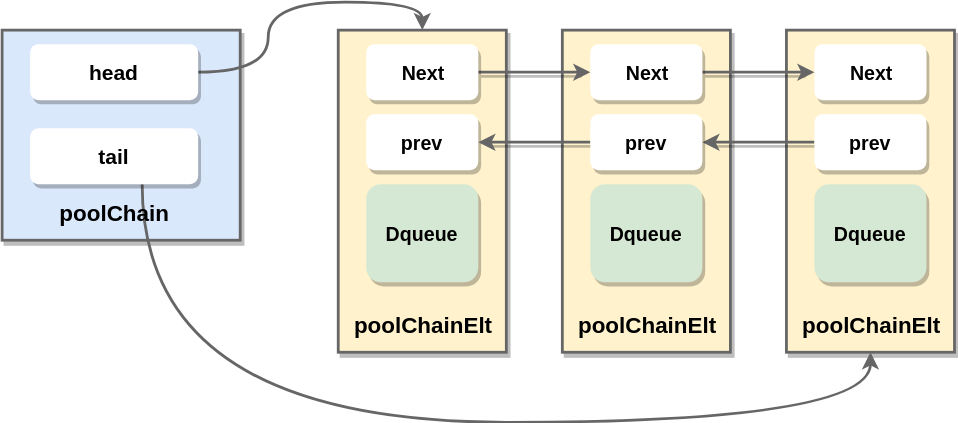
Above: golang/assets/poolchain.drawio.svg in pycer/note (draw.io), before the change. Source tidied: cells renumbered, new cells last; positions are measured from the earlier drawing's top-left corner, leaving out a move shared by most shapes. The source it was exported from:
```xml
<mxGraphModel>
  <root>
    <mxCell id="0" />
    <mxCell id="1" parent="0" />
    <mxCell id="2" style="rounded=0;whiteSpace=wrap;html=1;strokeColor=#666666;fillColor=#dae8fc;strokeWidth=2;shadow=1;" parent="1" vertex="1">
      <mxGeometry width="170" height="150" as="geometry" />
    </mxCell>
    <mxCell id="3" style="rounded=0;whiteSpace=wrap;html=1;strokeColor=#666666;fillColor=#fff2cc;shadow=1;strokeWidth=2;" parent="1" vertex="1">
      <mxGeometry x="560" width="120" height="230" as="geometry" />
    </mxCell>
    <mxCell id="4" style="rounded=0;whiteSpace=wrap;html=1;strokeColor=#666666;fillColor=#fff2cc;shadow=1;strokeWidth=2;" parent="1" vertex="1">
      <mxGeometry x="400" width="120" height="230" as="geometry" />
    </mxCell>
    <mxCell id="5" style="rounded=0;whiteSpace=wrap;html=1;strokeColor=#666666;fillColor=#fff2cc;shadow=1;strokeWidth=2;" parent="1" vertex="1">
      <mxGeometry x="240" width="120" height="230" as="geometry" />
    </mxCell>
    <mxCell id="6" style="edgeStyle=orthogonalEdgeStyle;curved=1;rounded=0;jettySize=auto;html=1;entryX=0.5;entryY=0;entryDx=0;entryDy=0;shadow=0;strokeWidth=2;strokeColor=#666666;" parent="1" edge="1" source="7" target="5">
      <mxGeometry relative="1" as="geometry" />
    </mxCell>
    <mxCell id="7" value="&lt;b&gt;&lt;font style=&quot;font-size: 15px&quot;&gt;head&lt;/font&gt;&lt;/b&gt;" style="rounded=1;whiteSpace=wrap;html=1;strokeColor=none;shadow=1;" parent="1" vertex="1">
      <mxGeometry x="20" y="10" width="120" height="40" as="geometry" />
    </mxCell>
    <mxCell id="8" style="edgeStyle=orthogonalEdgeStyle;curved=1;rounded=0;jettySize=auto;html=1;entryX=0.5;entryY=1;entryDx=0;entryDy=0;shadow=0;strokeWidth=2;strokeColor=#666666;" parent="1" edge="1" source="9" target="3">
      <mxGeometry relative="1" as="geometry">
        <Array as="points">
          <mxPoint x="100" y="280" />
          <mxPoint x="620" y="280" />
        </Array>
      </mxGeometry>
    </mxCell>
    <mxCell id="9" value="&lt;font style=&quot;font-size: 15px&quot;&gt;&lt;b&gt;tail&lt;/b&gt;&lt;/font&gt;" style="rounded=1;whiteSpace=wrap;html=1;strokeColor=none;shadow=1;" parent="1" vertex="1">
      <mxGeometry x="20" y="70" width="120" height="40" as="geometry" />
    </mxCell>
    <mxCell id="10" style="edgeStyle=orthogonalEdgeStyle;rounded=0;jettySize=auto;html=1;shadow=1;strokeWidth=2;strokeColor=#666666;" parent="1" edge="1" source="11" target="19">
      <mxGeometry relative="1" as="geometry" />
    </mxCell>
    <mxCell id="11" value="&lt;span style=&quot;font-size: 14px&quot;&gt;&lt;b&gt;Next&lt;/b&gt;&lt;/span&gt;" style="rounded=1;whiteSpace=wrap;html=1;strokeColor=none;shadow=1;" parent="1" vertex="1">
      <mxGeometry x="260" y="10" width="80" height="40" as="geometry" />
    </mxCell>
    <mxCell id="12" value="&lt;b&gt;&lt;font style=&quot;font-size: 14px&quot;&gt;prev&lt;/font&gt;&lt;/b&gt;" style="rounded=1;whiteSpace=wrap;html=1;strokeColor=none;shadow=1;" parent="1" vertex="1">
      <mxGeometry x="260" y="60" width="80" height="40" as="geometry" />
    </mxCell>
    <mxCell id="13" value="&lt;b&gt;&lt;font style=&quot;font-size: 14px&quot;&gt;Dqueue&lt;/font&gt;&lt;/b&gt;" style="rounded=1;whiteSpace=wrap;html=1;fillColor=#d5e8d4;strokeColor=none;shadow=1;" parent="1" vertex="1">
      <mxGeometry x="260" y="110" width="80" height="70" as="geometry" />
    </mxCell>
    <mxCell id="14" value="&lt;span style=&quot;font-size: 14px&quot;&gt;&lt;b&gt;Next&lt;/b&gt;&lt;/span&gt;" style="rounded=1;whiteSpace=wrap;html=1;strokeColor=none;shadow=1;" parent="1" vertex="1">
      <mxGeometry x="580" y="10" width="80" height="40" as="geometry" />
    </mxCell>
    <mxCell id="15" style="edgeStyle=orthogonalEdgeStyle;rounded=0;jettySize=auto;html=1;shadow=1;strokeWidth=2;strokeColor=#666666;" parent="1" edge="1" source="16" target="21">
      <mxGeometry relative="1" as="geometry" />
    </mxCell>
    <mxCell id="16" value="&lt;b&gt;&lt;font style=&quot;font-size: 14px&quot;&gt;prev&lt;/font&gt;&lt;/b&gt;" style="rounded=1;whiteSpace=wrap;html=1;strokeColor=none;shadow=1;" parent="1" vertex="1">
      <mxGeometry x="580" y="60" width="80" height="40" as="geometry" />
    </mxCell>
    <mxCell id="17" value="&lt;b&gt;&lt;font style=&quot;font-size: 14px&quot;&gt;Dqueue&lt;/font&gt;&lt;/b&gt;" style="rounded=1;whiteSpace=wrap;html=1;direction=west;fillColor=#d5e8d4;strokeColor=none;shadow=1;" parent="1" vertex="1">
      <mxGeometry x="580" y="110" width="80" height="70" as="geometry" />
    </mxCell>
    <mxCell id="18" style="edgeStyle=orthogonalEdgeStyle;rounded=0;jettySize=auto;html=1;shadow=1;strokeWidth=2;strokeColor=#666666;" parent="1" edge="1" source="19" target="14">
      <mxGeometry relative="1" as="geometry" />
    </mxCell>
    <mxCell id="19" value="&lt;span style=&quot;font-size: 14px&quot;&gt;&lt;b&gt;Next&lt;/b&gt;&lt;/span&gt;" style="rounded=1;whiteSpace=wrap;html=1;strokeColor=none;shadow=1;" parent="1" vertex="1">
      <mxGeometry x="420" y="10" width="80" height="40" as="geometry" />
    </mxCell>
    <mxCell id="20" style="edgeStyle=orthogonalEdgeStyle;rounded=0;jettySize=auto;html=1;shadow=1;strokeWidth=2;strokeColor=#666666;" parent="1" edge="1" source="21" target="12">
      <mxGeometry relative="1" as="geometry" />
    </mxCell>
    <mxCell id="21" value="&lt;b&gt;&lt;font style=&quot;font-size: 14px&quot;&gt;prev&lt;/font&gt;&lt;/b&gt;" style="rounded=1;whiteSpace=wrap;html=1;strokeColor=none;shadow=1;" parent="1" vertex="1">
      <mxGeometry x="420" y="60" width="80" height="40" as="geometry" />
    </mxCell>
    <mxCell id="22" value="&lt;b&gt;&lt;font style=&quot;font-size: 14px&quot;&gt;Dqueue&lt;/font&gt;&lt;/b&gt;" style="rounded=1;whiteSpace=wrap;html=1;fillColor=#d5e8d4;strokeColor=none;shadow=1;" parent="1" vertex="1">
      <mxGeometry x="420" y="110" width="80" height="70" as="geometry" />
    </mxCell>
    <mxCell id="23" value="&lt;b&gt;&lt;font style=&quot;font-size: 16px&quot;&gt;poolChain&lt;/font&gt;&lt;/b&gt;" style="text;html=1;strokeColor=none;fillColor=none;align=center;verticalAlign=middle;whiteSpace=wrap;rounded=0;shadow=1;" parent="1" vertex="1">
      <mxGeometry x="60" y="120" width="40" height="20" as="geometry" />
    </mxCell>
    <mxCell id="24" value="&lt;b&gt;&lt;font style=&quot;font-size: 16px&quot;&gt;poolChainElt&lt;/font&gt;&lt;/b&gt;" style="text;html=1;strokeColor=none;fillColor=none;align=center;verticalAlign=middle;whiteSpace=wrap;rounded=0;shadow=1;" parent="1" vertex="1">
      <mxGeometry x="280" y="200" width="40" height="20" as="geometry" />
    </mxCell>
    <mxCell id="25" value="&lt;b&gt;&lt;font style=&quot;font-size: 16px&quot;&gt;poolChainElt&lt;/font&gt;&lt;/b&gt;" style="text;html=1;strokeColor=none;fillColor=none;align=center;verticalAlign=middle;whiteSpace=wrap;rounded=0;shadow=1;" parent="1" vertex="1">
      <mxGeometry x="600" y="200" width="40" height="20" as="geometry" />
    </mxCell>
    <mxCell id="26" value="&lt;b&gt;&lt;font style=&quot;font-size: 16px&quot;&gt;poolChainElt&lt;/font&gt;&lt;/b&gt;" style="text;html=1;strokeColor=none;fillColor=none;align=center;verticalAlign=middle;whiteSpace=wrap;rounded=0;shadow=1;" parent="1" vertex="1">
      <mxGeometry x="440" y="200" width="40" height="20" as="geometry" />
    </mxCell>
  </root>
</mxGraphModel>
```
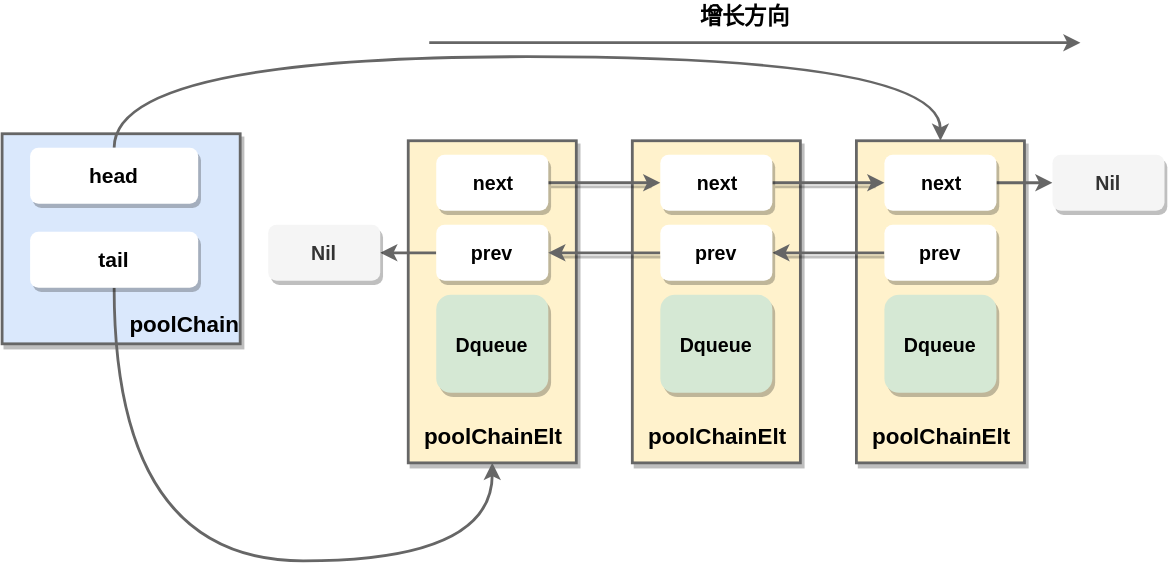
Above is the later version.

Commit message:
[Golang] sync.pool笔记

Diff of the diagram source:
```diff
@@ -3,7 +3,7 @@
     <mxCell id="0" />
     <mxCell id="1" parent="0" />
     <mxCell id="2" style="rounded=0;whiteSpace=wrap;html=1;strokeColor=#666666;fillColor=#dae8fc;strokeWidth=2;shadow=1;" parent="1" vertex="1">
-      <mxGeometry width="170" height="150" as="geometry" />
+      <mxGeometry x="-50" y="-5" width="170" height="150" as="geometry" />
     </mxCell>
     <mxCell id="3" style="rounded=0;whiteSpace=wrap;html=1;strokeColor=#666666;fillColor=#fff2cc;shadow=1;strokeWidth=2;" parent="1" vertex="1">
       <mxGeometry x="560" width="120" height="230" as="geometry" />
@@ -14,42 +14,53 @@
     <mxCell id="5" style="rounded=0;whiteSpace=wrap;html=1;strokeColor=#666666;fillColor=#fff2cc;shadow=1;strokeWidth=2;" parent="1" vertex="1">
       <mxGeometry x="240" width="120" height="230" as="geometry" />
     </mxCell>
-    <mxCell id="6" style="edgeStyle=orthogonalEdgeStyle;curved=1;rounded=0;jettySize=auto;html=1;entryX=0.5;entryY=0;entryDx=0;entryDy=0;shadow=0;strokeWidth=2;strokeColor=#666666;" parent="1" edge="1" source="7" target="5">
-      <mxGeometry relative="1" as="geometry" />
+    <mxCell id="6" style="edgeStyle=orthogonalEdgeStyle;curved=1;rounded=0;jettySize=auto;html=1;entryX=0.5;entryY=0;entryDx=0;entryDy=0;shadow=0;strokeWidth=2;strokeColor=#666666;exitX=0.5;exitY=0;exitDx=0;exitDy=0;" parent="1" edge="1" source="7" target="3">
+      <mxGeometry relative="1" as="geometry">
+        <Array as="points">
+          <mxPoint x="30" y="-60" />
+          <mxPoint x="620" y="-60" />
+        </Array>
+      </mxGeometry>
     </mxCell>
     <mxCell id="7" value="&lt;b&gt;&lt;font style=&quot;font-size: 15px&quot;&gt;head&lt;/font&gt;&lt;/b&gt;" style="rounded=1;whiteSpace=wrap;html=1;strokeColor=none;shadow=1;" parent="1" vertex="1">
-      <mxGeometry x="20" y="10" width="120" height="40" as="geometry" />
+      <mxGeometry x="-30" y="5" width="120" height="40" as="geometry" />
     </mxCell>
-    <mxCell id="8" style="edgeStyle=orthogonalEdgeStyle;curved=1;rounded=0;jettySize=auto;html=1;entryX=0.5;entryY=1;entryDx=0;entryDy=0;shadow=0;strokeWidth=2;strokeColor=#666666;" parent="1" edge="1" source="9" target="3">
+    <mxCell id="8" style="edgeStyle=orthogonalEdgeStyle;curved=1;rounded=0;jettySize=auto;html=1;entryX=0.5;entryY=1;entryDx=0;entryDy=0;shadow=0;strokeWidth=2;strokeColor=#666666;" parent="1" edge="1" source="9" target="5">
       <mxGeometry relative="1" as="geometry">
         <Array as="points">
-          <mxPoint x="100" y="280" />
-          <mxPoint x="620" y="280" />
+          <mxPoint x="30" y="300" />
+          <mxPoint x="300" y="300" />
         </Array>
       </mxGeometry>
     </mxCell>
     <mxCell id="9" value="&lt;font style=&quot;font-size: 15px&quot;&gt;&lt;b&gt;tail&lt;/b&gt;&lt;/font&gt;" style="rounded=1;whiteSpace=wrap;html=1;strokeColor=none;shadow=1;" parent="1" vertex="1">
-      <mxGeometry x="20" y="70" width="120" height="40" as="geometry" />
+      <mxGeometry x="-30" y="65" width="120" height="40" as="geometry" />
     </mxCell>
     <mxCell id="10" style="edgeStyle=orthogonalEdgeStyle;rounded=0;jettySize=auto;html=1;shadow=1;strokeWidth=2;strokeColor=#666666;" parent="1" edge="1" source="11" target="19">
       <mxGeometry relative="1" as="geometry" />
     </mxCell>
-    <mxCell id="11" value="&lt;span style=&quot;font-size: 14px&quot;&gt;&lt;b&gt;Next&lt;/b&gt;&lt;/span&gt;" style="rounded=1;whiteSpace=wrap;html=1;strokeColor=none;shadow=1;" parent="1" vertex="1">
+    <mxCell id="11" value="&lt;span style=&quot;font-size: 14px&quot;&gt;&lt;b&gt;next&lt;/b&gt;&lt;/span&gt;" style="rounded=1;whiteSpace=wrap;html=1;strokeColor=none;shadow=1;" parent="1" vertex="1">
       <mxGeometry x="260" y="10" width="80" height="40" as="geometry" />
     </mxCell>
+    <mxCell id="27" style="edgeStyle=orthogonalEdgeStyle;rounded=0;jettySize=auto;html=1;strokeWidth=2;strokeColor=#666666;" parent="1" edge="1" source="12" target="29">
+      <mxGeometry relative="1" as="geometry" />
+    </mxCell>
-    <mxCell id="12" value="&lt;b&gt;&lt;font style=&quot;font-size: 14px&quot;&gt;prev&lt;/font&gt;&lt;/b&gt;" style="rounded=1;whiteSpace=wrap;html=1;strokeColor=none;shadow=1;" parent="1" vertex="1">
+    <mxCell id="12" value="&lt;span style=&quot;font-size: 14px&quot;&gt;&lt;b&gt;prev&lt;/b&gt;&lt;/span&gt;" style="rounded=1;whiteSpace=wrap;html=1;strokeColor=none;shadow=1;" parent="1" vertex="1">
       <mxGeometry x="260" y="60" width="80" height="40" as="geometry" />
     </mxCell>
     <mxCell id="13" value="&lt;b&gt;&lt;font style=&quot;font-size: 14px&quot;&gt;Dqueue&lt;/font&gt;&lt;/b&gt;" style="rounded=1;whiteSpace=wrap;html=1;fillColor=#d5e8d4;strokeColor=none;shadow=1;" parent="1" vertex="1">
       <mxGeometry x="260" y="110" width="80" height="70" as="geometry" />
     </mxCell>
+    <mxCell id="28" style="edgeStyle=orthogonalEdgeStyle;rounded=0;jettySize=auto;html=1;strokeWidth=2;strokeColor=#666666;" parent="1" edge="1" source="14" target="30">
+      <mxGeometry relative="1" as="geometry" />
+    </mxCell>
-    <mxCell id="14" value="&lt;span style=&quot;font-size: 14px&quot;&gt;&lt;b&gt;Next&lt;/b&gt;&lt;/span&gt;" style="rounded=1;whiteSpace=wrap;html=1;strokeColor=none;shadow=1;" parent="1" vertex="1">
+    <mxCell id="14" value="&lt;span style=&quot;font-size: 14px&quot;&gt;&lt;b&gt;next&lt;/b&gt;&lt;/span&gt;" style="rounded=1;whiteSpace=wrap;html=1;strokeColor=none;shadow=1;" parent="1" vertex="1">
       <mxGeometry x="580" y="10" width="80" height="40" as="geometry" />
     </mxCell>
     <mxCell id="15" style="edgeStyle=orthogonalEdgeStyle;rounded=0;jettySize=auto;html=1;shadow=1;strokeWidth=2;strokeColor=#666666;" parent="1" edge="1" source="16" target="21">
       <mxGeometry relative="1" as="geometry" />
     </mxCell>
-    <mxCell id="16" value="&lt;b&gt;&lt;font style=&quot;font-size: 14px&quot;&gt;prev&lt;/font&gt;&lt;/b&gt;" style="rounded=1;whiteSpace=wrap;html=1;strokeColor=none;shadow=1;" parent="1" vertex="1">
+    <mxCell id="16" value="&lt;span style=&quot;font-size: 14px&quot;&gt;&lt;b&gt;prev&lt;/b&gt;&lt;/span&gt;" style="rounded=1;whiteSpace=wrap;html=1;strokeColor=none;shadow=1;" parent="1" vertex="1">
       <mxGeometry x="580" y="60" width="80" height="40" as="geometry" />
     </mxCell>
     <mxCell id="17" value="&lt;b&gt;&lt;font style=&quot;font-size: 14px&quot;&gt;Dqueue&lt;/font&gt;&lt;/b&gt;" style="rounded=1;whiteSpace=wrap;html=1;direction=west;fillColor=#d5e8d4;strokeColor=none;shadow=1;" parent="1" vertex="1">
@@ -58,13 +69,13 @@
     <mxCell id="18" style="edgeStyle=orthogonalEdgeStyle;rounded=0;jettySize=auto;html=1;shadow=1;strokeWidth=2;strokeColor=#666666;" parent="1" edge="1" source="19" target="14">
       <mxGeometry relative="1" as="geometry" />
     </mxCell>
-    <mxCell id="19" value="&lt;span style=&quot;font-size: 14px&quot;&gt;&lt;b&gt;Next&lt;/b&gt;&lt;/span&gt;" style="rounded=1;whiteSpace=wrap;html=1;strokeColor=none;shadow=1;" parent="1" vertex="1">
+    <mxCell id="19" value="&lt;span style=&quot;font-size: 14px&quot;&gt;&lt;b&gt;next&lt;/b&gt;&lt;/span&gt;" style="rounded=1;whiteSpace=wrap;html=1;strokeColor=none;shadow=1;" parent="1" vertex="1">
       <mxGeometry x="420" y="10" width="80" height="40" as="geometry" />
     </mxCell>
     <mxCell id="20" style="edgeStyle=orthogonalEdgeStyle;rounded=0;jettySize=auto;html=1;shadow=1;strokeWidth=2;strokeColor=#666666;" parent="1" edge="1" source="21" target="12">
       <mxGeometry relative="1" as="geometry" />
     </mxCell>
-    <mxCell id="21" value="&lt;b&gt;&lt;font style=&quot;font-size: 14px&quot;&gt;prev&lt;/font&gt;&lt;/b&gt;" style="rounded=1;whiteSpace=wrap;html=1;strokeColor=none;shadow=1;" parent="1" vertex="1">
+    <mxCell id="21" value="&lt;span style=&quot;font-size: 14px&quot;&gt;&lt;b&gt;prev&lt;/b&gt;&lt;/span&gt;" style="rounded=1;whiteSpace=wrap;html=1;strokeColor=none;shadow=1;" parent="1" vertex="1">
       <mxGeometry x="420" y="60" width="80" height="40" as="geometry" />
     </mxCell>
     <mxCell id="22" value="&lt;b&gt;&lt;font style=&quot;font-size: 14px&quot;&gt;Dqueue&lt;/font&gt;&lt;/b&gt;" style="rounded=1;whiteSpace=wrap;html=1;fillColor=#d5e8d4;strokeColor=none;shadow=1;" parent="1" vertex="1">
@@ -82,5 +93,20 @@
     <mxCell id="26" value="&lt;b&gt;&lt;font style=&quot;font-size: 16px&quot;&gt;poolChainElt&lt;/font&gt;&lt;/b&gt;" style="text;html=1;strokeColor=none;fillColor=none;align=center;verticalAlign=middle;whiteSpace=wrap;rounded=0;shadow=1;" parent="1" vertex="1">
       <mxGeometry x="440" y="200" width="40" height="20" as="geometry" />
     </mxCell>
+    <mxCell id="29" value="&lt;span style=&quot;font-size: 14px&quot;&gt;&lt;b&gt;Nil&lt;/b&gt;&lt;/span&gt;" style="rounded=1;whiteSpace=wrap;html=1;strokeColor=none;shadow=1;fillColor=#f5f5f5;fontColor=#333333;" parent="1" vertex="1">
+      <mxGeometry x="140" y="60" width="80" height="40" as="geometry" />
+    </mxCell>
+    <mxCell id="30" value="&lt;span style=&quot;font-size: 14px&quot;&gt;&lt;b&gt;Nil&lt;/b&gt;&lt;/span&gt;" style="rounded=1;whiteSpace=wrap;html=1;strokeColor=none;shadow=1;fillColor=#f5f5f5;fontColor=#333333;" parent="1" vertex="1">
+      <mxGeometry x="700" y="10" width="80" height="40" as="geometry" />
+    </mxCell>
+    <mxCell id="31" style="endArrow=classic;html=1;strokeWidth=2;strokeColor=#666666;" parent="1" edge="1">
+      <mxGeometry relative="1" as="geometry">
+        <mxPoint x="255" y="-70" as="sourcePoint" />
+        <mxPoint x="720" y="-70" as="targetPoint" />
+      </mxGeometry>
+    </mxCell>
+    <mxCell id="32" value="&lt;font style=&quot;font-size: 16px&quot;&gt;&lt;b&gt;增长方向&lt;/b&gt;&lt;/font&gt;" style="text;html=1;strokeColor=none;fillColor=none;align=center;verticalAlign=middle;whiteSpace=wrap;rounded=0;" parent="1" vertex="1">
+      <mxGeometry x="440" y="-100" width="80" height="20" as="geometry" />
+    </mxCell>
   </root>
 </mxGraphModel>
```
